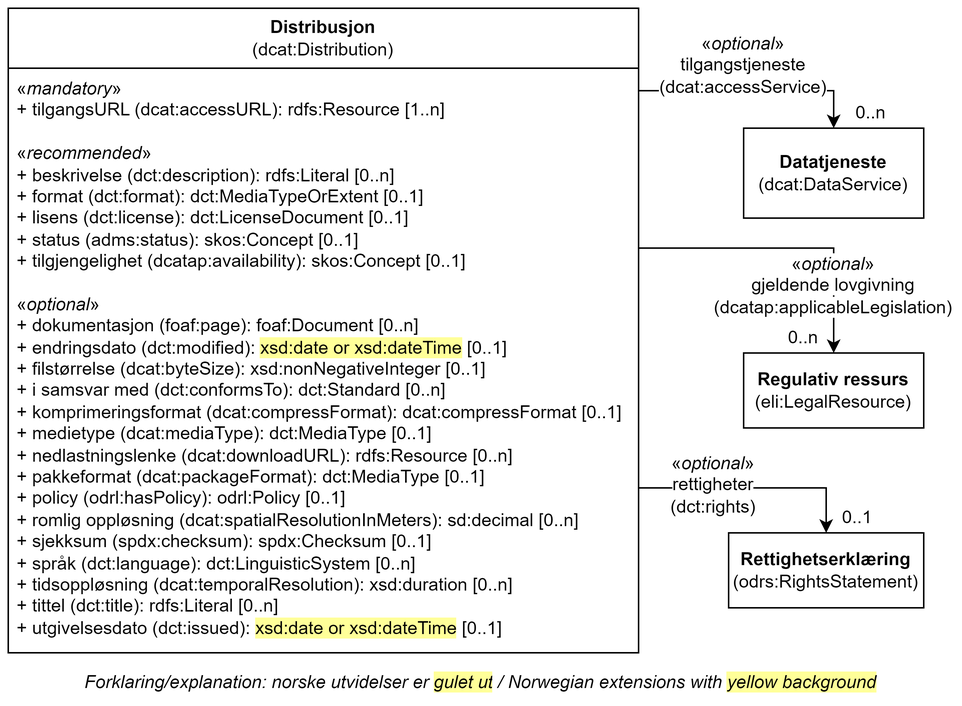
Earlier version of the draw.io export docs/images/Klassen-Distribusjon.png (Informasjonsforvaltning/hvd-dcat-ap-no). Source tidied: cells renumbered, new cells last; positions are measured from the earlier drawing's top-left corner, leaving out a move shared by most shapes. The source it was exported from:
```xml
<mxGraphModel>
  <root>
    <mxCell id="0" />
    <mxCell id="1" parent="0" />
    <mxCell id="2" value="Distribusjon&lt;br&gt;&lt;span style=&quot;font-weight: normal;&quot;&gt;(dcat:Distribution)&lt;/span&gt;" style="swimlane;whiteSpace=wrap;html=1;startSize=40;" parent="1" vertex="1">
      <mxGeometry width="420" height="430" as="geometry" />
    </mxCell>
    <mxCell id="3" value="«&lt;i&gt;mandatory&lt;/i&gt;»&lt;br&gt;+ tilgangsURL (dcat:accessURL): rdfs:Resource [1..n]&lt;br&gt;&lt;br&gt;«&lt;i&gt;recommended&lt;/i&gt;»&lt;br&gt;+ beskrivelse (dct:description): rdfs:Literal [0..n]&lt;br&gt;+ format (dct:format): dct:MediaTypeOrExtent [0..1]&lt;br&gt;+ lisens (dct:license): dct:LicenseDocument [0..1]&lt;br&gt;+ status (adms:status): skos:Concept [0..1]&lt;br&gt;+ tilgjengelighet (dcatap:availability): skos:Concept [0..1]&lt;br&gt;&lt;br&gt;«&lt;i&gt;optional&lt;/i&gt;»&lt;br&gt;+ dokumentasjon (foaf:page): foaf:Document [0..n]&lt;br&gt;+ endringsdato (dct:modified): &lt;span style=&quot;background-color: rgb(255, 255, 153);&quot;&gt;xsd:date or xsd:dateTime&lt;/span&gt; [0..1]&lt;br&gt;+ filstørrelse (dcat:byteSize): xsd:nonNegativeInteger [0..1]&lt;br&gt;+ i samsvar med (dct:conformsTo): dct:Standard [0..n]&lt;br&gt;+ komprimeringsformat (dcat:compressFormat): dcat:compressFormat [0..1]&lt;br&gt;+ medietype (dcat:mediaType): dct:MediaType [0..1]&lt;br&gt;+ nedlastningslenke (dcat:downloadURL): rdfs:Resource [0..n]&lt;br&gt;+ pakkeformat (dcat:packageFormat): dct:MediaType [0..1]&lt;br&gt;+ policy (odrl:hasPolicy): odrl:Policy [0..1]&lt;br&gt;+ romlig oppløsning (dcat:spatialResolutionInMeters): sd:decimal [0..n]&lt;br&gt;+ sjekksum (spdx:checksum): spdx:Checksum [0..1]&lt;br&gt;+ språk (dct:language): dct:LinguisticSystem [0..n]&lt;br&gt;+ tidsoppløsning (dcat:temporalResolution): xsd:duration [0..n]&lt;br&gt;+ tittel (dct:title): rdfs:Literal [0..n]&lt;br&gt;+ utgivelsesdato (dct:issued): &lt;span style=&quot;background-color: rgb(255, 255, 153);&quot;&gt;xsd:date or xsd:dateTime&lt;/span&gt; [0..1]" style="text;strokeColor=none;fillColor=none;align=left;verticalAlign=top;spacingLeft=4;spacingRight=4;overflow=hidden;whiteSpace=wrap;html=1;" parent="2" vertex="1">
      <mxGeometry y="40" width="420" height="380" as="geometry" />
    </mxCell>
    <mxCell id="4" value="&lt;b&gt;Datatjeneste&lt;/b&gt;&lt;br&gt;(dcat:DataService)" style="rounded=0;whiteSpace=wrap;html=1;" parent="1" vertex="1">
      <mxGeometry x="490" y="80" width="120" height="60" as="geometry" />
    </mxCell>
    <mxCell id="5" style="endArrow=classic;html=1;rounded=0;entryX=0.5;entryY=0;entryDx=0;entryDy=0;exitX=1;exitY=0.25;exitDx=0;exitDy=0;" parent="1" edge="1" target="4">
      <mxGeometry relative="1" as="geometry">
        <mxPoint x="420" y="55" as="sourcePoint" />
        <Array as="points">
          <mxPoint x="550" y="55" />
        </Array>
      </mxGeometry>
    </mxCell>
    <mxCell id="6" value="&lt;span style=&quot;background-color: rgb(255, 255, 255);&quot;&gt;«&lt;i&gt;optional&lt;/i&gt;»&lt;br&gt;tilgangstjeneste&lt;br&gt;(dcat:accessService)&lt;/span&gt;" style="text;whiteSpace=wrap;html=1;align=center;" parent="1" vertex="1">
      <mxGeometry x="430" y="10" width="120" height="40" as="geometry" />
    </mxCell>
    <mxCell id="7" value="0..n" style="text;html=1;strokeColor=none;fillColor=none;align=center;verticalAlign=middle;whiteSpace=wrap;rounded=0;" parent="1" vertex="1">
      <mxGeometry x="560" y="60" width="30" height="20" as="geometry" />
    </mxCell>
    <mxCell id="8" value="Forklaring/explanation: norske utvidelser er&amp;nbsp;&lt;span style=&quot;background-color: rgb(255, 255, 153);&quot;&gt;gulet ut&lt;/span&gt;&lt;span style=&quot;background-color: rgb(255 , 255 , 255)&quot;&gt;&amp;nbsp;/&amp;nbsp;Norwegian extensions with &lt;/span&gt;&lt;span style=&quot;background-color: rgb(255, 255, 153);&quot;&gt;yellow background&lt;/span&gt;" style="text;html=1;strokeColor=none;fillColor=none;align=center;verticalAlign=middle;whiteSpace=wrap;rounded=0;fontStyle=2;" parent="1" vertex="1">
      <mxGeometry y="440" width="630" height="20" as="geometry" />
    </mxCell>
    <mxCell id="9" value="&lt;b&gt;Regulativ ressurs&lt;/b&gt;&lt;br&gt;(eli:LegalResource)" style="html=1;whiteSpace=wrap;" parent="1" vertex="1">
      <mxGeometry x="490" y="230" width="120" height="50" as="geometry" />
    </mxCell>
    <mxCell id="10" value="0..n" style="text;html=1;strokeColor=none;fillColor=none;align=center;verticalAlign=middle;whiteSpace=wrap;rounded=0;" parent="1" vertex="1">
      <mxGeometry x="516" y="210" width="28" height="20" as="geometry" />
    </mxCell>
    <mxCell id="11" style="endArrow=classic;html=1;rounded=0;" parent="1" edge="1">
      <mxGeometry relative="1" as="geometry">
        <mxPoint x="420" y="160" as="sourcePoint" />
        <mxPoint x="550" y="230" as="targetPoint" />
        <Array as="points">
          <mxPoint x="550" y="160" />
        </Array>
      </mxGeometry>
    </mxCell>
    <mxCell id="12" value="«&lt;i style=&quot;background-color: rgb(255, 255, 255);&quot;&gt;optional&lt;/i&gt;»&lt;br&gt;&lt;span style=&quot;background-color: rgb(255, 255, 255);&quot;&gt;gjeldende lovgivning&lt;br&gt;(dcatap:applicableLegislation)&lt;/span&gt;" style="text;html=1;align=center;verticalAlign=middle;whiteSpace=wrap;rounded=0;" parent="1" vertex="1">
      <mxGeometry x="520" y="170" width="60" height="30" as="geometry" />
    </mxCell>
    <mxCell id="13" value="&lt;b&gt;Rettighetserklæring&lt;/b&gt;&lt;br&gt;(odrs:RightsStatement)" style="html=1;whiteSpace=wrap;" parent="1" vertex="1">
      <mxGeometry x="480" y="350" width="130" height="50" as="geometry" />
    </mxCell>
    <mxCell id="14" style="endArrow=classic;html=1;rounded=0;entryX=0.5;entryY=0;entryDx=0;entryDy=0;" parent="1" edge="1" target="13">
      <mxGeometry relative="1" as="geometry">
        <mxPoint x="420" y="320" as="sourcePoint" />
        <Array as="points">
          <mxPoint x="545" y="320" />
        </Array>
      </mxGeometry>
    </mxCell>
    <mxCell id="15" value="&lt;span style=&quot;background-color: rgb(255, 255, 255);&quot;&gt;«&lt;i style=&quot;&quot;&gt;optional&lt;/i&gt;»&lt;br&gt;&lt;span style=&quot;color: rgb(0, 0, 0); font-family: Helvetica; font-size: 12px; font-style: normal; font-variant-ligatures: normal; font-variant-caps: normal; font-weight: 400; letter-spacing: normal; orphans: 2; text-align: left; text-indent: 0px; text-transform: none; widows: 2; word-spacing: 0px; -webkit-text-stroke-width: 0px; white-space: normal; text-decoration-thickness: initial; text-decoration-style: initial; text-decoration-color: initial; float: none; display: inline !important;&quot;&gt;rettigheter (dct:rights)&lt;/span&gt;&lt;/span&gt;&lt;div&gt;&lt;br&gt;&lt;/div&gt;" style="text;html=1;align=center;verticalAlign=middle;whiteSpace=wrap;rounded=0;" parent="1" vertex="1">
      <mxGeometry x="440" y="310" width="60" height="30" as="geometry" />
    </mxCell>
    <mxCell id="16" value="0..1" style="text;html=1;strokeColor=none;fillColor=none;align=center;verticalAlign=middle;whiteSpace=wrap;rounded=0;" parent="1" vertex="1">
      <mxGeometry x="552" y="330" width="28" height="20" as="geometry" />
    </mxCell>
  </root>
</mxGraphModel>
```
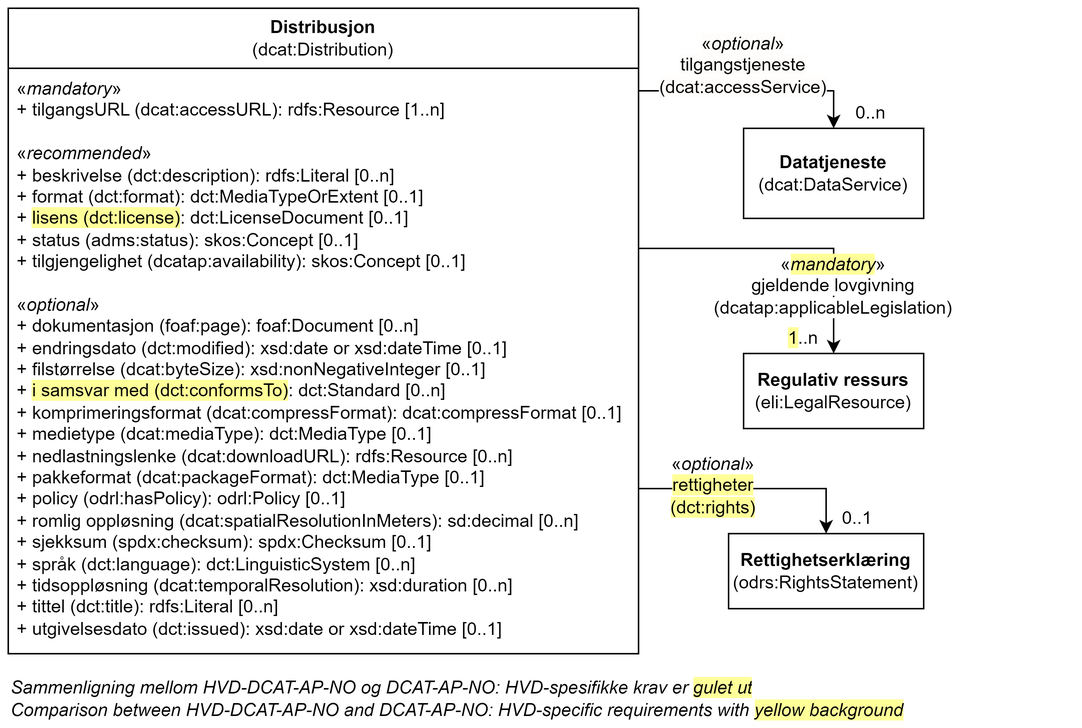
After the change.

Commit message:
Oppdaterer Datasett, Datatjeneste og Distribusjon

The edit, as a diff of the source:
```diff
@@ -5,7 +5,7 @@
     <mxCell id="2" value="Distribusjon&lt;br&gt;&lt;span style=&quot;font-weight: normal;&quot;&gt;(dcat:Distribution)&lt;/span&gt;" style="swimlane;whiteSpace=wrap;html=1;startSize=40;" parent="1" vertex="1">
       <mxGeometry width="420" height="430" as="geometry" />
     </mxCell>
-    <mxCell id="3" value="«&lt;i&gt;mandatory&lt;/i&gt;»&lt;br&gt;+ tilgangsURL (dcat:accessURL): rdfs:Resource [1..n]&lt;br&gt;&lt;br&gt;«&lt;i&gt;recommended&lt;/i&gt;»&lt;br&gt;+ beskrivelse (dct:description): rdfs:Literal [0..n]&lt;br&gt;+ format (dct:format): dct:MediaTypeOrExtent [0..1]&lt;br&gt;+ lisens (dct:license): dct:LicenseDocument [0..1]&lt;br&gt;+ status (adms:status): skos:Concept [0..1]&lt;br&gt;+ tilgjengelighet (dcatap:availability): skos:Concept [0..1]&lt;br&gt;&lt;br&gt;«&lt;i&gt;optional&lt;/i&gt;»&lt;br&gt;+ dokumentasjon (foaf:page): foaf:Document [0..n]&lt;br&gt;+ endringsdato (dct:modified): &lt;span style=&quot;background-color: rgb(255, 255, 153);&quot;&gt;xsd:date or xsd:dateTime&lt;/span&gt; [0..1]&lt;br&gt;+ filstørrelse (dcat:byteSize): xsd:nonNegativeInteger [0..1]&lt;br&gt;+ i samsvar med (dct:conformsTo): dct:Standard [0..n]&lt;br&gt;+ komprimeringsformat (dcat:compressFormat): dcat:compressFormat [0..1]&lt;br&gt;+ medietype (dcat:mediaType): dct:MediaType [0..1]&lt;br&gt;+ nedlastningslenke (dcat:downloadURL): rdfs:Resource [0..n]&lt;br&gt;+ pakkeformat (dcat:packageFormat): dct:MediaType [0..1]&lt;br&gt;+ policy (odrl:hasPolicy): odrl:Policy [0..1]&lt;br&gt;+ romlig oppløsning (dcat:spatialResolutionInMeters): sd:decimal [0..n]&lt;br&gt;+ sjekksum (spdx:checksum): spdx:Checksum [0..1]&lt;br&gt;+ språk (dct:language): dct:LinguisticSystem [0..n]&lt;br&gt;+ tidsoppløsning (dcat:temporalResolution): xsd:duration [0..n]&lt;br&gt;+ tittel (dct:title): rdfs:Literal [0..n]&lt;br&gt;+ utgivelsesdato (dct:issued): &lt;span style=&quot;background-color: rgb(255, 255, 153);&quot;&gt;xsd:date or xsd:dateTime&lt;/span&gt; [0..1]" style="text;strokeColor=none;fillColor=none;align=left;verticalAlign=top;spacingLeft=4;spacingRight=4;overflow=hidden;whiteSpace=wrap;html=1;" parent="2" vertex="1">
+    <mxCell id="3" value="«&lt;i&gt;mandatory&lt;/i&gt;»&lt;br&gt;+ tilgangsURL (dcat:accessURL): rdfs:Resource [1..n]&lt;br&gt;&lt;br&gt;«&lt;i&gt;recommended&lt;/i&gt;»&lt;br&gt;+ beskrivelse (dct:description): rdfs:Literal [0..n]&lt;br&gt;+ format (dct:format): dct:MediaTypeOrExtent [0..1]&lt;br&gt;+ &lt;span style=&quot;background-color: rgb(255, 255, 153);&quot;&gt;lisens (dct:license)&lt;/span&gt;: dct:LicenseDocument [0..1]&lt;br&gt;+ status (adms:status): skos:Concept [0..1]&lt;br&gt;+ tilgjengelighet (dcatap:availability): skos:Concept [0..1]&lt;br&gt;&lt;br&gt;«&lt;i&gt;optional&lt;/i&gt;»&lt;br&gt;+ dokumentasjon (foaf:page): foaf:Document [0..n]&lt;br&gt;+ endringsdato (dct:modified): xsd:date or xsd:dateTime [0..1]&lt;br&gt;+ filstørrelse (dcat:byteSize): xsd:nonNegativeInteger [0..1]&lt;br&gt;+ &lt;span style=&quot;background-color: rgb(255, 255, 153);&quot;&gt;i samsvar med (dct:conformsTo)&lt;/span&gt;: dct:Standard [0..n]&lt;br&gt;+ komprimeringsformat (dcat:compressFormat): dcat:compressFormat [0..1]&lt;br&gt;+ medietype (dcat:mediaType): dct:MediaType [0..1]&lt;br&gt;+ nedlastningslenke (dcat:downloadURL): rdfs:Resource [0..n]&lt;br&gt;+ pakkeformat (dcat:packageFormat): dct:MediaType [0..1]&lt;br&gt;+ policy (odrl:hasPolicy): odrl:Policy [0..1]&lt;br&gt;+ romlig oppløsning (dcat:spatialResolutionInMeters): sd:decimal [0..n]&lt;br&gt;+ sjekksum (spdx:checksum): spdx:Checksum [0..1]&lt;br&gt;+ språk (dct:language): dct:LinguisticSystem [0..n]&lt;br&gt;+ tidsoppløsning (dcat:temporalResolution): xsd:duration [0..n]&lt;br&gt;+ tittel (dct:title): rdfs:Literal [0..n]&lt;br&gt;+ utgivelsesdato (dct:issued): xsd:date or xsd:dateTime [0..1]" style="text;strokeColor=none;fillColor=none;align=left;verticalAlign=top;spacingLeft=4;spacingRight=4;overflow=hidden;whiteSpace=wrap;html=1;" parent="2" vertex="1">
       <mxGeometry y="40" width="420" height="380" as="geometry" />
     </mxCell>
     <mxCell id="4" value="&lt;b&gt;Datatjeneste&lt;/b&gt;&lt;br&gt;(dcat:DataService)" style="rounded=0;whiteSpace=wrap;html=1;" parent="1" vertex="1">
@@ -19,19 +19,16 @@
         </Array>
       </mxGeometry>
     </mxCell>
-    <mxCell id="6" value="&lt;span style=&quot;background-color: rgb(255, 255, 255);&quot;&gt;«&lt;i&gt;optional&lt;/i&gt;»&lt;br&gt;tilgangstjeneste&lt;br&gt;(dcat:accessService)&lt;/span&gt;" style="text;whiteSpace=wrap;html=1;align=center;" parent="1" vertex="1">
+    <mxCell id="6" value="&lt;span style=&quot;background-color: rgb(254, 253, 251);&quot;&gt;«&lt;i style=&quot;&quot;&gt;optional&lt;/i&gt;»&lt;br&gt;tilgangstjeneste&lt;br&gt;(dcat:accessService)&lt;/span&gt;" style="text;whiteSpace=wrap;html=1;align=center;" parent="1" vertex="1">
       <mxGeometry x="430" y="10" width="120" height="40" as="geometry" />
     </mxCell>
     <mxCell id="7" value="0..n" style="text;html=1;strokeColor=none;fillColor=none;align=center;verticalAlign=middle;whiteSpace=wrap;rounded=0;" parent="1" vertex="1">
       <mxGeometry x="560" y="60" width="30" height="20" as="geometry" />
     </mxCell>
-    <mxCell id="8" value="Forklaring/explanation: norske utvidelser er&amp;nbsp;&lt;span style=&quot;background-color: rgb(255, 255, 153);&quot;&gt;gulet ut&lt;/span&gt;&lt;span style=&quot;background-color: rgb(255 , 255 , 255)&quot;&gt;&amp;nbsp;/&amp;nbsp;Norwegian extensions with &lt;/span&gt;&lt;span style=&quot;background-color: rgb(255, 255, 153);&quot;&gt;yellow background&lt;/span&gt;" style="text;html=1;strokeColor=none;fillColor=none;align=center;verticalAlign=middle;whiteSpace=wrap;rounded=0;fontStyle=2;" parent="1" vertex="1">
-      <mxGeometry y="440" width="630" height="20" as="geometry" />
-    </mxCell>
     <mxCell id="9" value="&lt;b&gt;Regulativ ressurs&lt;/b&gt;&lt;br&gt;(eli:LegalResource)" style="html=1;whiteSpace=wrap;" parent="1" vertex="1">
       <mxGeometry x="490" y="230" width="120" height="50" as="geometry" />
     </mxCell>
-    <mxCell id="10" value="0..n" style="text;html=1;strokeColor=none;fillColor=none;align=center;verticalAlign=middle;whiteSpace=wrap;rounded=0;" parent="1" vertex="1">
+    <mxCell id="10" value="&lt;span style=&quot;background-color: rgb(255, 255, 153);&quot;&gt;1&lt;/span&gt;..n" style="text;html=1;strokeColor=none;fillColor=none;align=center;verticalAlign=middle;whiteSpace=wrap;rounded=0;" parent="1" vertex="1">
       <mxGeometry x="516" y="210" width="28" height="20" as="geometry" />
     </mxCell>
     <mxCell id="11" style="endArrow=classic;html=1;rounded=0;" parent="1" edge="1">
@@ -43,7 +40,7 @@
         </Array>
       </mxGeometry>
     </mxCell>
-    <mxCell id="12" value="«&lt;i style=&quot;background-color: rgb(255, 255, 255);&quot;&gt;optional&lt;/i&gt;»&lt;br&gt;&lt;span style=&quot;background-color: rgb(255, 255, 255);&quot;&gt;gjeldende lovgivning&lt;br&gt;(dcatap:applicableLegislation)&lt;/span&gt;" style="text;html=1;align=center;verticalAlign=middle;whiteSpace=wrap;rounded=0;" parent="1" vertex="1">
+    <mxCell id="12" value="«&lt;i style=&quot;background-color: rgb(255, 255, 153);&quot;&gt;mandatory&lt;/i&gt;»&lt;br&gt;&lt;span style=&quot;background-color: rgb(255, 255, 255);&quot;&gt;gjeldende lovgivning&lt;br&gt;(dcatap:applicableLegislation)&lt;/span&gt;" style="text;html=1;align=center;verticalAlign=middle;whiteSpace=wrap;rounded=0;" parent="1" vertex="1">
       <mxGeometry x="520" y="170" width="60" height="30" as="geometry" />
     </mxCell>
     <mxCell id="13" value="&lt;b&gt;Rettighetserklæring&lt;/b&gt;&lt;br&gt;(odrs:RightsStatement)" style="html=1;whiteSpace=wrap;" parent="1" vertex="1">
@@ -57,11 +54,14 @@
         </Array>
       </mxGeometry>
     </mxCell>
-    <mxCell id="15" value="&lt;span style=&quot;background-color: rgb(255, 255, 255);&quot;&gt;«&lt;i style=&quot;&quot;&gt;optional&lt;/i&gt;»&lt;br&gt;&lt;span style=&quot;color: rgb(0, 0, 0); font-family: Helvetica; font-size: 12px; font-style: normal; font-variant-ligatures: normal; font-variant-caps: normal; font-weight: 400; letter-spacing: normal; orphans: 2; text-align: left; text-indent: 0px; text-transform: none; widows: 2; word-spacing: 0px; -webkit-text-stroke-width: 0px; white-space: normal; text-decoration-thickness: initial; text-decoration-style: initial; text-decoration-color: initial; float: none; display: inline !important;&quot;&gt;rettigheter (dct:rights)&lt;/span&gt;&lt;/span&gt;&lt;div&gt;&lt;br&gt;&lt;/div&gt;" style="text;html=1;align=center;verticalAlign=middle;whiteSpace=wrap;rounded=0;" parent="1" vertex="1">
+    <mxCell id="15" value="&lt;span style=&quot;background-color: rgb(255, 255, 255);&quot;&gt;«&lt;/span&gt;&lt;i style=&quot;background-color: rgb(255, 255, 255);&quot;&gt;optional&lt;/i&gt;&lt;span style=&quot;background-color: rgb(255, 255, 255);&quot;&gt;»&lt;/span&gt;&lt;br&gt;&lt;span style=&quot;color: rgb(0, 0, 0); font-family: Helvetica; font-size: 12px; font-style: normal; font-variant-ligatures: normal; font-variant-caps: normal; font-weight: 400; letter-spacing: normal; orphans: 2; text-align: left; text-indent: 0px; text-transform: none; widows: 2; word-spacing: 0px; -webkit-text-stroke-width: 0px; white-space: normal; text-decoration-thickness: initial; text-decoration-style: initial; text-decoration-color: initial; float: none; display: inline !important; background-color: rgb(255, 255, 153);&quot;&gt;rettigheter (dct:rights)&lt;/span&gt;&lt;div&gt;&lt;br&gt;&lt;/div&gt;" style="text;html=1;align=center;verticalAlign=middle;whiteSpace=wrap;rounded=0;" parent="1" vertex="1">
       <mxGeometry x="440" y="310" width="60" height="30" as="geometry" />
     </mxCell>
     <mxCell id="16" value="0..1" style="text;html=1;strokeColor=none;fillColor=none;align=center;verticalAlign=middle;whiteSpace=wrap;rounded=0;" parent="1" vertex="1">
       <mxGeometry x="552" y="330" width="28" height="20" as="geometry" />
     </mxCell>
+    <mxCell id="17" value="Sammenligning mellom HVD-DCAT-AP-NO og DCAT-AP-NO: HVD-spesifikke krav er&amp;nbsp;&lt;span style=&quot;background-color: rgb(255, 255, 153);&quot;&gt;gulet ut&lt;/span&gt;&lt;span style=&quot;background-color: rgb(255 , 255 , 255)&quot;&gt;&amp;nbsp;&lt;/span&gt;&lt;div&gt;&lt;span style=&quot;background-color: rgb(255 , 255 , 255)&quot;&gt;Comparison between HVD-DCAT-AP-NO and DCAT-AP-NO: HVD-specific requirements with &lt;/span&gt;&lt;span style=&quot;background-color: rgb(255, 255, 153);&quot;&gt;yellow background&lt;/span&gt;&lt;/div&gt;" style="text;html=1;strokeColor=none;fillColor=none;align=left;verticalAlign=middle;whiteSpace=wrap;rounded=0;fontStyle=2;" parent="1" vertex="1">
+      <mxGeometry y="450" width="710" height="20" as="geometry" />
+    </mxCell>
   </root>
 </mxGraphModel>
```
